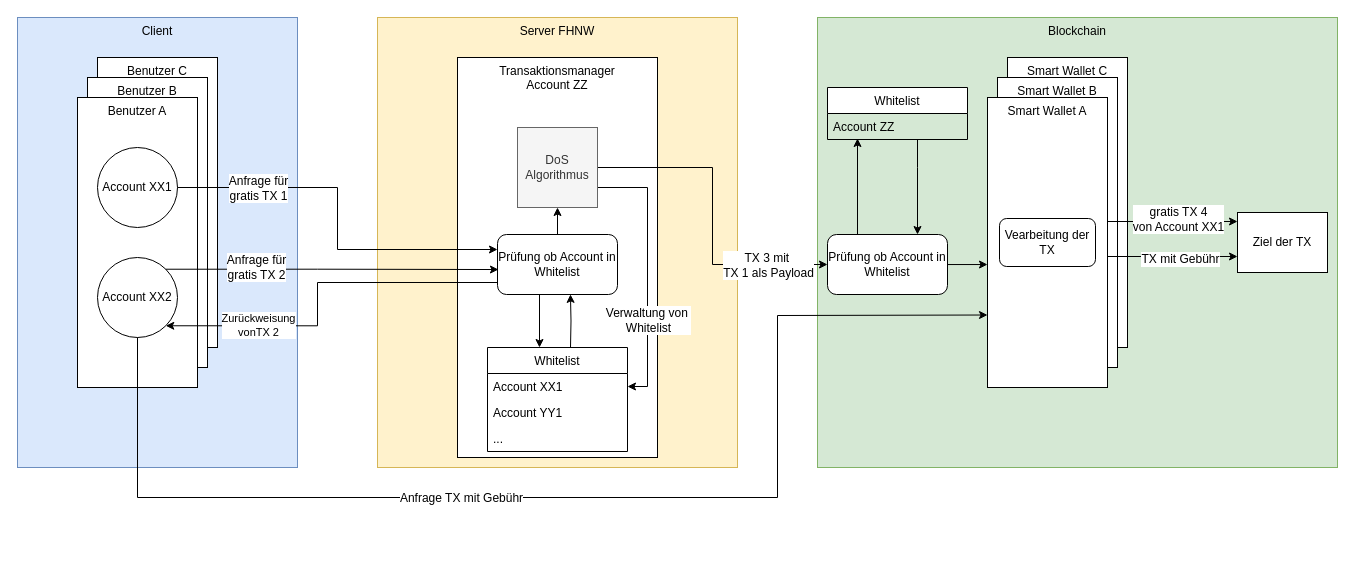
This is Report/images/src/solution3.drawio from Geryones/BlockChain_TransactionManager, a draw.io file, before an edit. Source tidied: cells renumbered, new cells numbered last; positions are measured from the earlier drawing's top-left corner, leaving out a move shared by most shapes. Both pictures are drawn from the tidied source at 100%, with x=0, y=0 at pixel (17, 17).
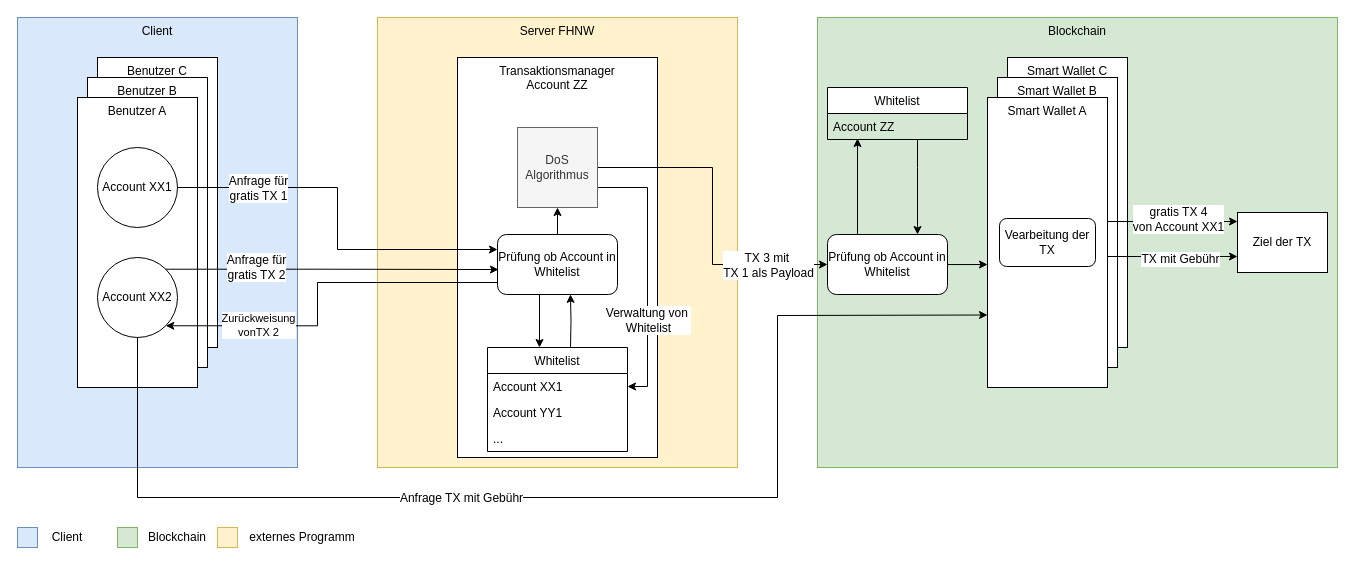
Above is the later version.

The edit, as a diff of the source:
```diff
@@
+    <mxCell id="46" style="rounded=0;whiteSpace=wrap;html=1;fillColor=#dae8fc;strokeColor=#6c8ebf;" parent="1" vertex="1">
+      <mxGeometry y="510" width="20" height="20" as="geometry" />
+    </mxCell>
+    <mxCell id="47" value="Client" style="text;html=1;strokeColor=none;fillColor=none;align=center;verticalAlign=middle;whiteSpace=wrap;rounded=0;" parent="1" vertex="1">
+      <mxGeometry x="30" y="510" width="40" height="20" as="geometry" />
+    </mxCell>
+    <mxCell id="48" style="rounded=0;whiteSpace=wrap;html=1;fillColor=#d5e8d4;strokeColor=#82b366;" parent="1" vertex="1">
+      <mxGeometry x="100" y="510" width="20" height="20" as="geometry" />
+    </mxCell>
+    <mxCell id="49" value="Blockchain" style="text;html=1;align=center;verticalAlign=middle;whiteSpace=wrap;rounded=0;" parent="1" vertex="1">
+      <mxGeometry x="140" y="510" width="40" height="20" as="geometry" />
+    </mxCell>
+    <mxCell id="50" value="externes Programm" style="text;html=1;strokeColor=none;fillColor=none;align=center;verticalAlign=middle;whiteSpace=wrap;rounded=0;" parent="1" vertex="1">
+      <mxGeometry x="230" y="510" width="110" height="20" as="geometry" />
+    </mxCell>
+    <mxCell id="51" style="rounded=0;whiteSpace=wrap;html=1;fillColor=#fff2cc;strokeColor=#d6b656;" parent="1" vertex="1">
+      <mxGeometry x="200" y="510" width="20" height="20" as="geometry" />
+    </mxCell>
```
